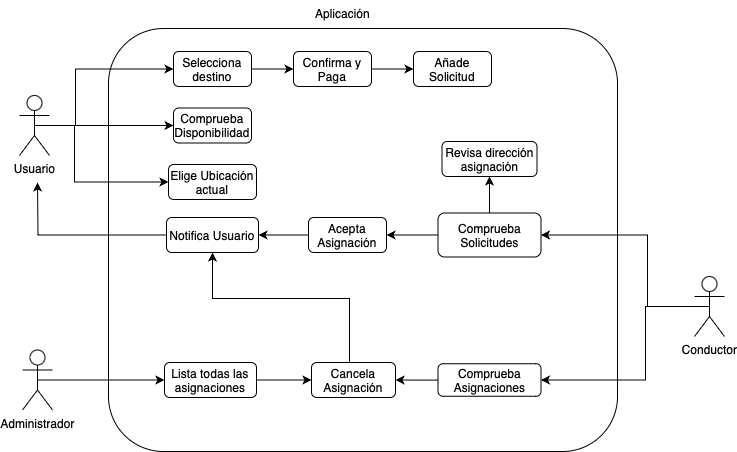
This is Documentation/Diagrams/Caso-de-uso-1.png from Jojo1542/Proyecto-Drivehub, a draw.io export, as it was before one commit. Source tidied: cells renumbered, new cells last; positions are measured from the earlier drawing's top-left corner, leaving out a move shared by most shapes. The source it was exported from:
```xml
<mxGraphModel>
  <root>
    <mxCell id="0" />
    <mxCell id="1" parent="0" />
    <mxCell id="2" style="edgeStyle=orthogonalEdgeStyle;rounded=0;jettySize=auto;html=1;exitX=0.5;exitY=0.5;exitDx=0;exitDy=0;exitPerimeter=0;entryX=0;entryY=0.5;entryDx=0;entryDy=0;" parent="1" edge="1" source="5" target="14">
      <mxGeometry relative="1" as="geometry">
        <Array as="points">
          <mxPoint x="56" y="125" />
          <mxPoint x="56" y="69" />
        </Array>
      </mxGeometry>
    </mxCell>
    <mxCell id="3" style="edgeStyle=orthogonalEdgeStyle;rounded=0;jettySize=auto;html=1;exitX=0.5;exitY=0.5;exitDx=0;exitDy=0;exitPerimeter=0;entryX=0;entryY=0.5;entryDx=0;entryDy=0;" parent="1" edge="1" source="5" target="17">
      <mxGeometry relative="1" as="geometry">
        <Array as="points">
          <mxPoint x="55" y="125" />
          <mxPoint x="55" y="182" />
          <mxPoint x="149" y="182" />
        </Array>
      </mxGeometry>
    </mxCell>
    <mxCell id="4" style="edgeStyle=orthogonalEdgeStyle;rounded=0;jettySize=auto;html=1;exitX=0.5;exitY=0.5;exitDx=0;exitDy=0;exitPerimeter=0;entryX=0;entryY=0.5;entryDx=0;entryDy=0;" parent="1" edge="1" source="5" target="16">
      <mxGeometry relative="1" as="geometry" />
    </mxCell>
    <mxCell id="5" value="Usuario&lt;div&gt;&lt;br&gt;&lt;/div&gt;" style="shape=umlActor;verticalLabelPosition=bottom;verticalAlign=top;html=1;outlineConnect=0;" parent="1" vertex="1">
      <mxGeometry y="95" width="30" height="60" as="geometry" />
    </mxCell>
    <mxCell id="6" style="edgeStyle=orthogonalEdgeStyle;rounded=0;jettySize=auto;html=1;exitX=0.5;exitY=0.5;exitDx=0;exitDy=0;exitPerimeter=0;entryX=1;entryY=0.5;entryDx=0;entryDy=0;" parent="1" edge="1" source="8" target="20">
      <mxGeometry relative="1" as="geometry">
        <Array as="points">
          <mxPoint x="628" y="306" />
          <mxPoint x="628" y="235" />
        </Array>
      </mxGeometry>
    </mxCell>
    <mxCell id="7" style="edgeStyle=orthogonalEdgeStyle;rounded=0;jettySize=auto;html=1;exitX=0.5;exitY=0.5;exitDx=0;exitDy=0;exitPerimeter=0;entryX=1;entryY=0.5;entryDx=0;entryDy=0;" parent="1" edge="1" source="8" target="33">
      <mxGeometry relative="1" as="geometry">
        <Array as="points">
          <mxPoint x="626" y="306" />
          <mxPoint x="626" y="380" />
        </Array>
      </mxGeometry>
    </mxCell>
    <mxCell id="8" value="Conductor" style="shape=umlActor;verticalLabelPosition=bottom;verticalAlign=top;html=1;outlineConnect=0;" parent="1" vertex="1">
      <mxGeometry x="675" y="276" width="30" height="60" as="geometry" />
    </mxCell>
    <mxCell id="9" style="edgeStyle=orthogonalEdgeStyle;rounded=0;jettySize=auto;html=1;exitX=0.5;exitY=0.5;exitDx=0;exitDy=0;exitPerimeter=0;entryX=0;entryY=0.5;entryDx=0;entryDy=0;" parent="1" edge="1" source="10" target="29">
      <mxGeometry relative="1" as="geometry" />
    </mxCell>
    <mxCell id="10" value="Administrador" style="shape=umlActor;verticalLabelPosition=bottom;verticalAlign=top;html=1;outlineConnect=0;" parent="1" vertex="1">
      <mxGeometry x="3" y="349.5" width="30" height="60" as="geometry" />
    </mxCell>
    <mxCell id="11" style="rounded=1;whiteSpace=wrap;html=1;arcSize=13;fillColor=none;" parent="1" vertex="1">
      <mxGeometry x="89" y="28" width="509" height="423" as="geometry" />
    </mxCell>
    <mxCell id="12" value="Aplicación" style="text;html=1;align=center;verticalAlign=middle;strokeColor=none;fillColor=none;" parent="1" vertex="1">
      <mxGeometry x="286" width="73" height="26" as="geometry" />
    </mxCell>
    <mxCell id="13" style="edgeStyle=orthogonalEdgeStyle;rounded=0;jettySize=auto;html=1;entryX=0;entryY=0.5;entryDx=0;entryDy=0;" parent="1" edge="1" source="14" target="15">
      <mxGeometry relative="1" as="geometry" />
    </mxCell>
    <mxCell id="14" value="Selecciona destino" style="rounded=1;whiteSpace=wrap;html=1;" parent="1" vertex="1">
      <mxGeometry x="154" y="51" width="78" height="35" as="geometry" />
    </mxCell>
    <mxCell id="15" value="Confirma y Paga" style="rounded=1;whiteSpace=wrap;html=1;" parent="1" vertex="1">
      <mxGeometry x="274" y="51" width="78" height="35" as="geometry" />
    </mxCell>
    <mxCell id="16" value="Comprueba&lt;div&gt;Disponibilidad&lt;/div&gt;" style="rounded=1;whiteSpace=wrap;html=1;" parent="1" vertex="1">
      <mxGeometry x="154" y="107.5" width="78" height="35" as="geometry" />
    </mxCell>
    <mxCell id="17" value="Elige Ubicación actual" style="rounded=1;whiteSpace=wrap;html=1;" parent="1" vertex="1">
      <mxGeometry x="149" y="164" width="88" height="35" as="geometry" />
    </mxCell>
    <mxCell id="18" style="edgeStyle=orthogonalEdgeStyle;rounded=0;jettySize=auto;html=1;entryX=1;entryY=0.5;entryDx=0;entryDy=0;" parent="1" edge="1" source="20" target="24">
      <mxGeometry relative="1" as="geometry" />
    </mxCell>
    <mxCell id="19" style="edgeStyle=orthogonalEdgeStyle;rounded=0;jettySize=auto;html=1;entryX=0.5;entryY=1;entryDx=0;entryDy=0;" parent="1" edge="1" source="20" target="25">
      <mxGeometry relative="1" as="geometry" />
    </mxCell>
    <mxCell id="20" value="Comprueba Solicitudes" style="rounded=1;whiteSpace=wrap;html=1;" parent="1" vertex="1">
      <mxGeometry x="418.5" y="212.5" width="103" height="44" as="geometry" />
    </mxCell>
    <mxCell id="21" style="edgeStyle=orthogonalEdgeStyle;rounded=0;jettySize=auto;html=1;" parent="1" edge="1" source="22">
      <mxGeometry relative="1" as="geometry">
        <mxPoint x="18" y="182" as="targetPoint" />
      </mxGeometry>
    </mxCell>
    <mxCell id="22" value="Notifica Usuario" style="rounded=1;whiteSpace=wrap;html=1;" parent="1" vertex="1">
      <mxGeometry x="147" y="217" width="92" height="35" as="geometry" />
    </mxCell>
    <mxCell id="23" style="edgeStyle=orthogonalEdgeStyle;rounded=0;jettySize=auto;html=1;entryX=1;entryY=0.5;entryDx=0;entryDy=0;" parent="1" edge="1" source="24" target="22">
      <mxGeometry relative="1" as="geometry" />
    </mxCell>
    <mxCell id="24" value="Acepta Asignación" style="rounded=1;whiteSpace=wrap;html=1;" parent="1" vertex="1">
      <mxGeometry x="289" y="217" width="78" height="35" as="geometry" />
    </mxCell>
    <mxCell id="25" value="Revisa dirección asignación" style="rounded=1;whiteSpace=wrap;html=1;" parent="1" vertex="1">
      <mxGeometry x="422.5" y="141" width="95" height="35" as="geometry" />
    </mxCell>
    <mxCell id="26" style="edgeStyle=orthogonalEdgeStyle;rounded=0;jettySize=auto;html=1;" parent="1" edge="1" source="27" target="22">
      <mxGeometry relative="1" as="geometry">
        <Array as="points">
          <mxPoint x="330" y="298" />
          <mxPoint x="193" y="298" />
        </Array>
      </mxGeometry>
    </mxCell>
    <mxCell id="27" value="Cancela Asignación" style="rounded=1;whiteSpace=wrap;html=1;" parent="1" vertex="1">
      <mxGeometry x="292" y="362" width="84" height="35" as="geometry" />
    </mxCell>
    <mxCell id="28" style="edgeStyle=orthogonalEdgeStyle;rounded=0;jettySize=auto;html=1;entryX=0;entryY=0.5;entryDx=0;entryDy=0;" parent="1" edge="1" source="29" target="27">
      <mxGeometry relative="1" as="geometry" />
    </mxCell>
    <mxCell id="29" value="Lista todas las asignaciones" style="rounded=1;whiteSpace=wrap;html=1;" parent="1" vertex="1">
      <mxGeometry x="145" y="362" width="92" height="35" as="geometry" />
    </mxCell>
    <mxCell id="30" style="edgeStyle=orthogonalEdgeStyle;rounded=0;jettySize=auto;html=1;" parent="1" edge="1" source="15" target="31">
      <mxGeometry relative="1" as="geometry" />
    </mxCell>
    <mxCell id="31" value="Añade Solicitud" style="rounded=1;whiteSpace=wrap;html=1;" parent="1" vertex="1">
      <mxGeometry x="394" y="51" width="78" height="35" as="geometry" />
    </mxCell>
    <mxCell id="32" style="edgeStyle=orthogonalEdgeStyle;rounded=0;jettySize=auto;html=1;" parent="1" edge="1" source="33" target="27">
      <mxGeometry relative="1" as="geometry" />
    </mxCell>
    <mxCell id="33" value="Comprueba Asignaciones" style="rounded=1;whiteSpace=wrap;html=1;" parent="1" vertex="1">
      <mxGeometry x="418.5" y="363.2" width="103" height="32.5" as="geometry" />
    </mxCell>
  </root>
</mxGraphModel>
```
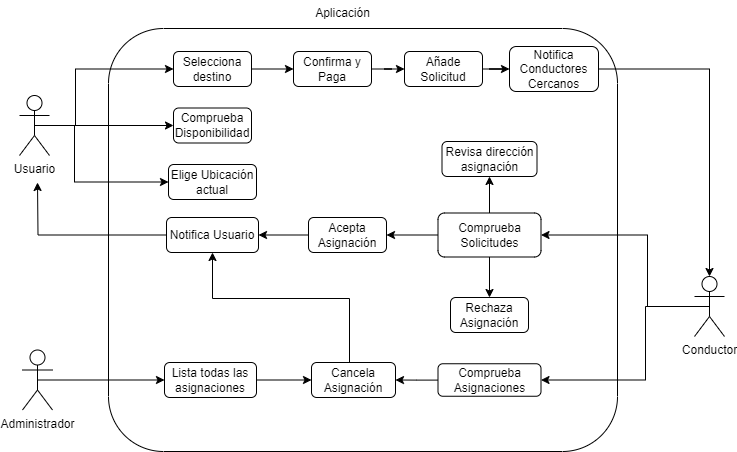
The same diagram one commit later.

Diff of the diagram source:
```diff
@@ -77,6 +77,9 @@
     <mxCell id="19" style="edgeStyle=orthogonalEdgeStyle;rounded=0;jettySize=auto;html=1;entryX=0.5;entryY=1;entryDx=0;entryDy=0;" parent="1" edge="1" source="20" target="25">
       <mxGeometry relative="1" as="geometry" />
     </mxCell>
+    <mxCell id="34" style="edgeStyle=orthogonalEdgeStyle;rounded=0;jettySize=auto;html=1;" parent="1" edge="1" source="20" target="36">
+      <mxGeometry relative="1" as="geometry" />
+    </mxCell>
     <mxCell id="20" value="Comprueba Solicitudes" style="rounded=1;whiteSpace=wrap;html=1;" parent="1" vertex="1">
       <mxGeometry x="418.5" y="212.5" width="103" height="44" as="geometry" />
     </mxCell>
@@ -117,8 +120,11 @@
     <mxCell id="30" style="edgeStyle=orthogonalEdgeStyle;rounded=0;jettySize=auto;html=1;" parent="1" edge="1" source="15" target="31">
       <mxGeometry relative="1" as="geometry" />
     </mxCell>
+    <mxCell id="35" style="edgeStyle=orthogonalEdgeStyle;rounded=0;jettySize=auto;html=1;" parent="1" edge="1" source="31" target="37">
+      <mxGeometry relative="1" as="geometry" />
+    </mxCell>
     <mxCell id="31" value="Añade Solicitud" style="rounded=1;whiteSpace=wrap;html=1;" parent="1" vertex="1">
-      <mxGeometry x="394" y="51" width="78" height="35" as="geometry" />
+      <mxGeometry x="385" y="51" width="78" height="35" as="geometry" />
     </mxCell>
     <mxCell id="32" style="edgeStyle=orthogonalEdgeStyle;rounded=0;jettySize=auto;html=1;" parent="1" edge="1" source="33" target="27">
       <mxGeometry relative="1" as="geometry" />
@@ -126,5 +132,14 @@
     <mxCell id="33" value="Comprueba Asignaciones" style="rounded=1;whiteSpace=wrap;html=1;" parent="1" vertex="1">
       <mxGeometry x="418.5" y="363.2" width="103" height="32.5" as="geometry" />
     </mxCell>
+    <mxCell id="36" value="Rechaza Asignación" style="rounded=1;whiteSpace=wrap;html=1;" parent="1" vertex="1">
+      <mxGeometry x="431" y="297" width="78" height="35" as="geometry" />
+    </mxCell>
+    <mxCell id="37" value="Notifica Conductores Cercanos" style="rounded=1;whiteSpace=wrap;html=1;" parent="1" vertex="1">
+      <mxGeometry x="490" y="46" width="89" height="45" as="geometry" />
+    </mxCell>
+    <mxCell id="38" style="edgeStyle=orthogonalEdgeStyle;rounded=0;jettySize=auto;html=1;exitX=1;exitY=0.5;exitDx=0;exitDy=0;entryX=0.5;entryY=0;entryDx=0;entryDy=0;entryPerimeter=0;" parent="1" edge="1" source="37" target="8">
+      <mxGeometry relative="1" as="geometry" />
+    </mxCell>
   </root>
 </mxGraphModel>
```
